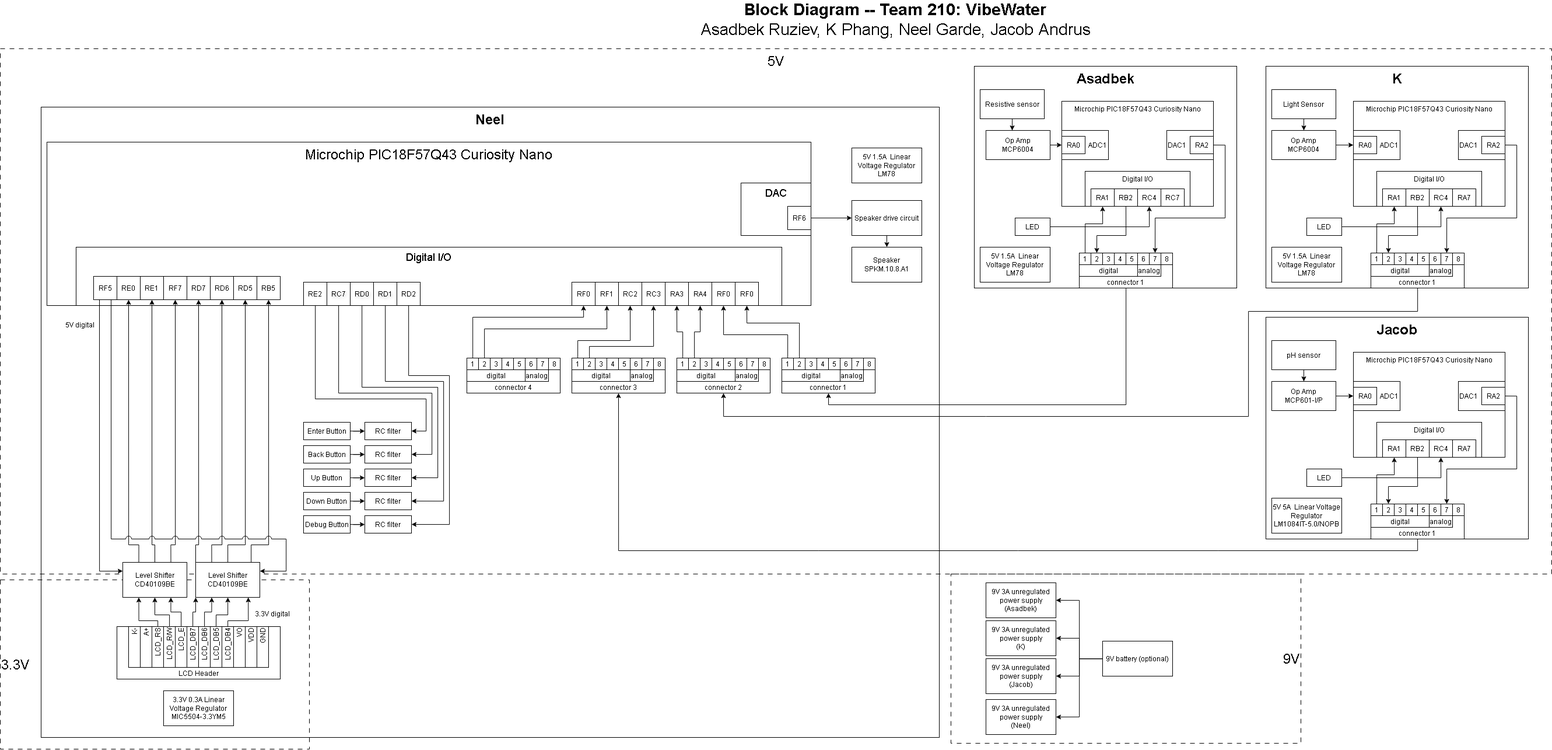
The draw.io diagram docs/GroupBlockDiagram.png in EGR304-2025-F-210/EGR304-2025-F-210.github.io, before a commit. Source tidied: cells renumbered, new cells last; positions are measured from the earlier drawing's top-left corner, leaving out a move shared by most shapes.
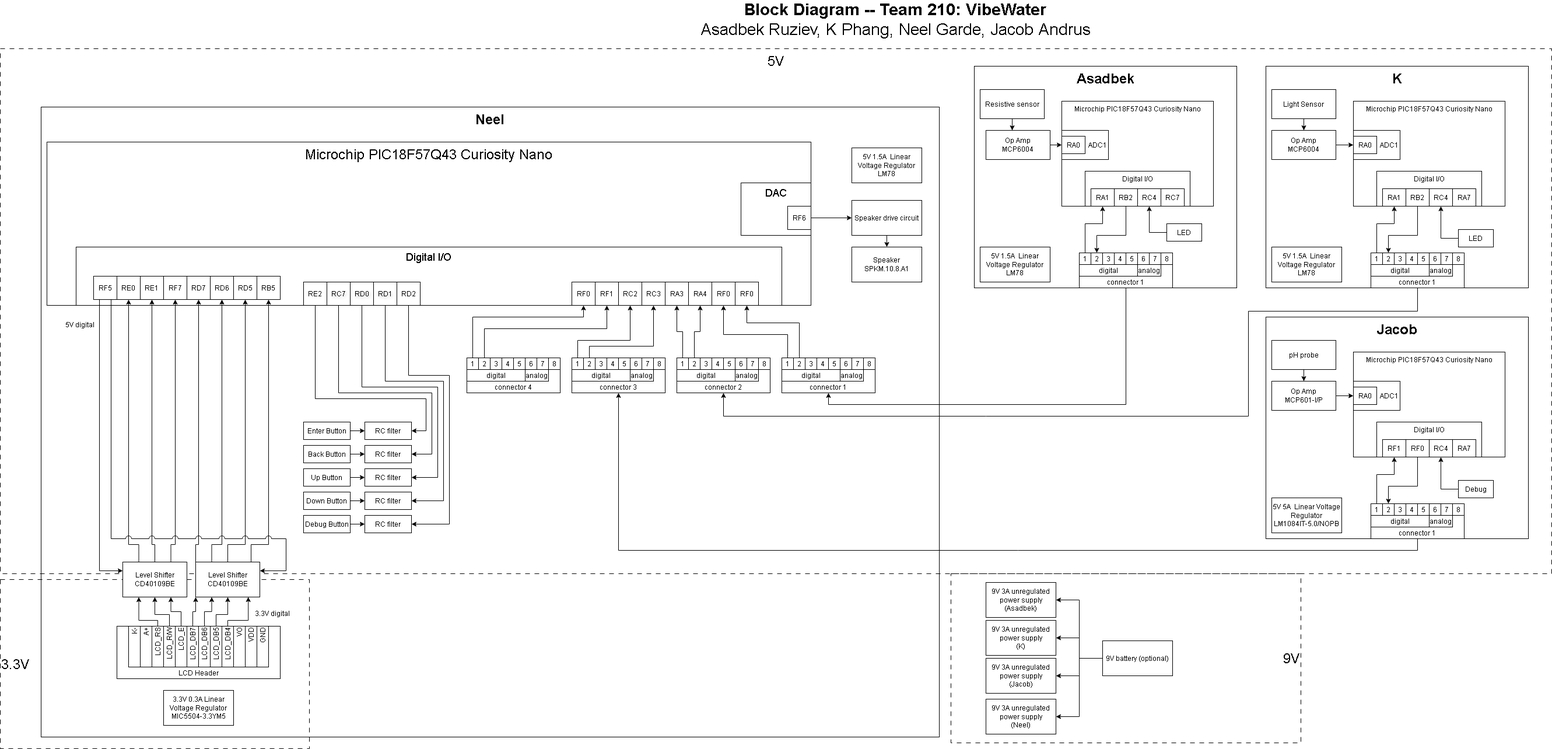
After the commit.

Commit message:
Updated group block diagram

What changed in the source:
```diff
@@ -50,32 +50,12 @@
     <mxCell id="13" value="&lt;div&gt;RB2&lt;/div&gt;" style="rounded=0;whiteSpace=wrap;html=1;" parent="4" vertex="1">
       <mxGeometry x="240" y="210" width="40" height="30" as="geometry" />
     </mxCell>
-    <mxCell id="14" style="edgeStyle=orthogonalEdgeStyle;rounded=0;jettySize=auto;html=1;exitX=1;exitY=0.5;exitDx=0;exitDy=0;entryX=0.5;entryY=1;entryDx=0;entryDy=0;" parent="4" edge="1" target="15">
-      <mxGeometry relative="1" as="geometry">
-        <mxPoint x="130" y="275" as="sourcePoint" />
-      </mxGeometry>
-    </mxCell>
     <mxCell id="15" value="RC4" style="rounded=0;whiteSpace=wrap;html=1;" parent="4" vertex="1">
       <mxGeometry x="280" y="210" width="40" height="30" as="geometry" />
     </mxCell>
     <mxCell id="16" value="RA0" style="rounded=0;whiteSpace=wrap;html=1;" parent="4" vertex="1">
       <mxGeometry x="150" y="120" width="40" height="30" as="geometry" />
     </mxCell>
-    <mxCell id="17" value="&lt;div align=&quot;left&quot;&gt;DAC1&lt;/div&gt;" style="rounded=0;whiteSpace=wrap;html=1;align=left;" parent="4" vertex="1">
-      <mxGeometry x="330" y="110" width="80" height="50" as="geometry" />
-    </mxCell>
-    <mxCell id="18" style="edgeStyle=orthogonalEdgeStyle;rounded=0;jettySize=auto;html=1;exitX=1;exitY=0.5;exitDx=0;exitDy=0;entryX=0.5;entryY=0;entryDx=0;entryDy=0;" parent="4" edge="1" source="19" target="32">
-      <mxGeometry relative="1" as="geometry">
-        <Array as="points">
-          <mxPoint x="430" y="135" />
-          <mxPoint x="430" y="260" />
-          <mxPoint x="310" y="260" />
-        </Array>
-      </mxGeometry>
-    </mxCell>
-    <mxCell id="19" value="&lt;div&gt;RA2&lt;/div&gt;" style="rounded=0;whiteSpace=wrap;html=1;" parent="4" vertex="1">
-      <mxGeometry x="370" y="120" width="40" height="30" as="geometry" />
-    </mxCell>
     <mxCell id="20" style="edgeStyle=orthogonalEdgeStyle;rounded=0;jettySize=auto;html=1;entryX=0.5;entryY=0;entryDx=0;entryDy=0;" parent="4" edge="1" source="21">
       <mxGeometry relative="1" as="geometry">
         <mxPoint x="65" y="110" as="targetPoint" />
@@ -123,6 +103,12 @@
     <mxCell id="34" value="&lt;div&gt;5V 1.5A&amp;nbsp; Linear Voltage Regulator&lt;/div&gt;&lt;div&gt;LM78&lt;/div&gt;" style="rounded=0;whiteSpace=wrap;html=1;" parent="4" vertex="1">
       <mxGeometry x="10" y="310" width="120" height="60" as="geometry" />
     </mxCell>
+    <mxCell id="261" style="edgeStyle=orthogonalEdgeStyle;rounded=0;jettySize=auto;html=1;" parent="4" edge="1" source="104" target="15">
+      <mxGeometry relative="1" as="geometry" />
+    </mxCell>
+    <mxCell id="104" value="LED" style="rounded=0;whiteSpace=wrap;html=1;" parent="4" vertex="1">
+      <mxGeometry x="330" y="270" width="60" height="30" as="geometry" />
+    </mxCell>
     <mxCell id="35" value="&lt;div&gt;&lt;b&gt;Block Diagram -- Team 210: VibeWater&lt;/b&gt;&lt;/div&gt;&lt;div&gt;Asadbek Ruziev, K Phang, Neel Garde, Jacob Andrus&lt;/div&gt;" style="text;html=1;strokeColor=none;fillColor=none;align=center;verticalAlign=middle;whiteSpace=wrap;rounded=0;fontSize=28;" parent="1" vertex="1">
       <mxGeometry x="1170" width="730" height="60" as="geometry" />
     </mxCell>
@@ -166,11 +152,11 @@
     <mxCell id="45" value="&lt;div&gt;RB2&lt;/div&gt;" style="rounded=0;whiteSpace=wrap;html=1;" parent="36" vertex="1">
       <mxGeometry x="240" y="210" width="40" height="30" as="geometry" />
     </mxCell>
-    <mxCell id="46" style="edgeStyle=orthogonalEdgeStyle;rounded=0;jettySize=auto;html=1;exitX=1;exitY=0.5;exitDx=0;exitDy=0;entryX=0.5;entryY=1;entryDx=0;entryDy=0;" parent="36" edge="1" source="47" target="48">
+    <mxCell id="46" style="edgeStyle=orthogonalEdgeStyle;rounded=0;jettySize=auto;html=1;" parent="36" edge="1" source="47" target="48">
       <mxGeometry relative="1" as="geometry" />
     </mxCell>
     <mxCell id="47" value="LED" style="rounded=0;whiteSpace=wrap;html=1;" parent="36" vertex="1">
-      <mxGeometry x="70" y="260" width="60" height="30" as="geometry" />
+      <mxGeometry x="330" y="280" width="60" height="30" as="geometry" />
     </mxCell>
     <mxCell id="48" value="RC4" style="rounded=0;whiteSpace=wrap;html=1;" parent="36" vertex="1">
       <mxGeometry x="280" y="210" width="40" height="30" as="geometry" />
@@ -181,21 +167,6 @@
     <mxCell id="50" value="RA0" style="rounded=0;whiteSpace=wrap;html=1;" parent="36" vertex="1">
       <mxGeometry x="150" y="120" width="40" height="30" as="geometry" />
     </mxCell>
-    <mxCell id="51" value="&lt;div align=&quot;left&quot;&gt;DAC1&lt;/div&gt;" style="rounded=0;whiteSpace=wrap;html=1;align=left;" parent="36" vertex="1">
-      <mxGeometry x="330" y="110" width="80" height="50" as="geometry" />
-    </mxCell>
-    <mxCell id="52" style="edgeStyle=orthogonalEdgeStyle;rounded=0;jettySize=auto;html=1;exitX=1;exitY=0.5;exitDx=0;exitDy=0;entryX=0.5;entryY=0;entryDx=0;entryDy=0;" parent="36" edge="1" source="53" target="67">
-      <mxGeometry relative="1" as="geometry">
-        <Array as="points">
-          <mxPoint x="430" y="135" />
-          <mxPoint x="430" y="260" />
-          <mxPoint x="310" y="260" />
-        </Array>
-      </mxGeometry>
-    </mxCell>
-    <mxCell id="53" value="&lt;div&gt;RA2&lt;/div&gt;" style="rounded=0;whiteSpace=wrap;html=1;" parent="36" vertex="1">
-      <mxGeometry x="370" y="120" width="40" height="30" as="geometry" />
-    </mxCell>
     <mxCell id="54" style="edgeStyle=orthogonalEdgeStyle;rounded=0;jettySize=auto;html=1;entryX=0.5;entryY=0;entryDx=0;entryDy=0;" parent="36" edge="1" source="55" target="56">
       <mxGeometry relative="1" as="geometry" />
     </mxCell>
@@ -278,17 +249,17 @@
     <mxCell id="77" value="ADC1" style="rounded=0;whiteSpace=wrap;html=1;align=right;" parent="70" vertex="1">
       <mxGeometry x="150" y="110" width="80" height="50" as="geometry" />
     </mxCell>
-    <mxCell id="78" value="RA1" style="rounded=0;whiteSpace=wrap;html=1;" parent="70" vertex="1">
+    <mxCell id="78" value="RF1" style="rounded=0;whiteSpace=wrap;html=1;" parent="70" vertex="1">
       <mxGeometry x="200" y="210" width="40" height="30" as="geometry" />
     </mxCell>
-    <mxCell id="79" value="&lt;div&gt;RB2&lt;/div&gt;" style="rounded=0;whiteSpace=wrap;html=1;" parent="70" vertex="1">
+    <mxCell id="79" value="&lt;div&gt;RF0&lt;/div&gt;" style="rounded=0;whiteSpace=wrap;html=1;" parent="70" vertex="1">
       <mxGeometry x="240" y="210" width="40" height="30" as="geometry" />
     </mxCell>
-    <mxCell id="80" style="edgeStyle=orthogonalEdgeStyle;rounded=0;jettySize=auto;html=1;exitX=1;exitY=0.5;exitDx=0;exitDy=0;entryX=0.5;entryY=1;entryDx=0;entryDy=0;" parent="70" edge="1" source="81" target="82">
+    <mxCell id="80" style="edgeStyle=orthogonalEdgeStyle;rounded=0;jettySize=auto;html=1;" parent="70" edge="1" source="81" target="82">
       <mxGeometry relative="1" as="geometry" />
     </mxCell>
-    <mxCell id="81" value="LED" style="rounded=0;whiteSpace=wrap;html=1;" parent="70" vertex="1">
-      <mxGeometry x="70" y="260" width="60" height="30" as="geometry" />
+    <mxCell id="81" value="Debug" style="rounded=0;whiteSpace=wrap;html=1;" parent="70" vertex="1">
+      <mxGeometry x="330" y="280" width="60" height="30" as="geometry" />
     </mxCell>
     <mxCell id="82" value="RC4" style="rounded=0;whiteSpace=wrap;html=1;" parent="70" vertex="1">
       <mxGeometry x="280" y="210" width="40" height="30" as="geometry" />
@@ -299,25 +270,10 @@
     <mxCell id="84" value="RA0" style="rounded=0;whiteSpace=wrap;html=1;" parent="70" vertex="1">
       <mxGeometry x="150" y="120" width="40" height="30" as="geometry" />
     </mxCell>
-    <mxCell id="85" value="&lt;div align=&quot;left&quot;&gt;DAC1&lt;/div&gt;" style="rounded=0;whiteSpace=wrap;html=1;align=left;" parent="70" vertex="1">
-      <mxGeometry x="330" y="110" width="80" height="50" as="geometry" />
-    </mxCell>
-    <mxCell id="86" style="edgeStyle=orthogonalEdgeStyle;rounded=0;jettySize=auto;html=1;exitX=1;exitY=0.5;exitDx=0;exitDy=0;entryX=0.5;entryY=0;entryDx=0;entryDy=0;" parent="70" edge="1" source="87" target="101">
-      <mxGeometry relative="1" as="geometry">
-        <Array as="points">
-          <mxPoint x="430" y="135" />
-          <mxPoint x="430" y="260" />
-          <mxPoint x="310" y="260" />
-        </Array>
-      </mxGeometry>
-    </mxCell>
-    <mxCell id="87" value="&lt;div&gt;RA2&lt;/div&gt;" style="rounded=0;whiteSpace=wrap;html=1;" parent="70" vertex="1">
-      <mxGeometry x="370" y="120" width="40" height="30" as="geometry" />
-    </mxCell>
     <mxCell id="88" style="edgeStyle=orthogonalEdgeStyle;rounded=0;jettySize=auto;html=1;entryX=0.5;entryY=0;entryDx=0;entryDy=0;" parent="70" edge="1" source="89" target="90">
       <mxGeometry relative="1" as="geometry" />
     </mxCell>
-    <mxCell id="89" value="pH sensor" style="rounded=0;whiteSpace=wrap;html=1;" parent="70" vertex="1">
+    <mxCell id="89" value="pH probe" style="rounded=0;whiteSpace=wrap;html=1;" parent="70" vertex="1">
       <mxGeometry x="10" y="40" width="110" height="50" as="geometry" />
     </mxCell>
     <mxCell id="90" value="&lt;div&gt;Op Amp&lt;/div&gt;&lt;div&gt;MCP601-I/P&lt;/div&gt;" style="rounded=0;whiteSpace=wrap;html=1;" parent="70" vertex="1">
@@ -362,9 +318,6 @@
     <mxCell id="103" value="&lt;div&gt;5V 5A&amp;nbsp; Linear Voltage Regulator&lt;/div&gt;&lt;div&gt;LM1084IT-5.0/NOPB&lt;/div&gt;" style="rounded=0;whiteSpace=wrap;html=1;" parent="70" vertex="1">
       <mxGeometry x="10" y="310" width="120" height="60" as="geometry" />
     </mxCell>
-    <mxCell id="104" value="LED" style="rounded=0;whiteSpace=wrap;html=1;" parent="1" vertex="1">
-      <mxGeometry x="1740" y="370" width="60" height="30" as="geometry" />
-    </mxCell>
     <mxCell id="105" value="RC7" style="rounded=0;whiteSpace=wrap;html=1;" parent="1" vertex="1">
       <mxGeometry x="1990" y="320" width="40" height="30" as="geometry" />
     </mxCell>
```
